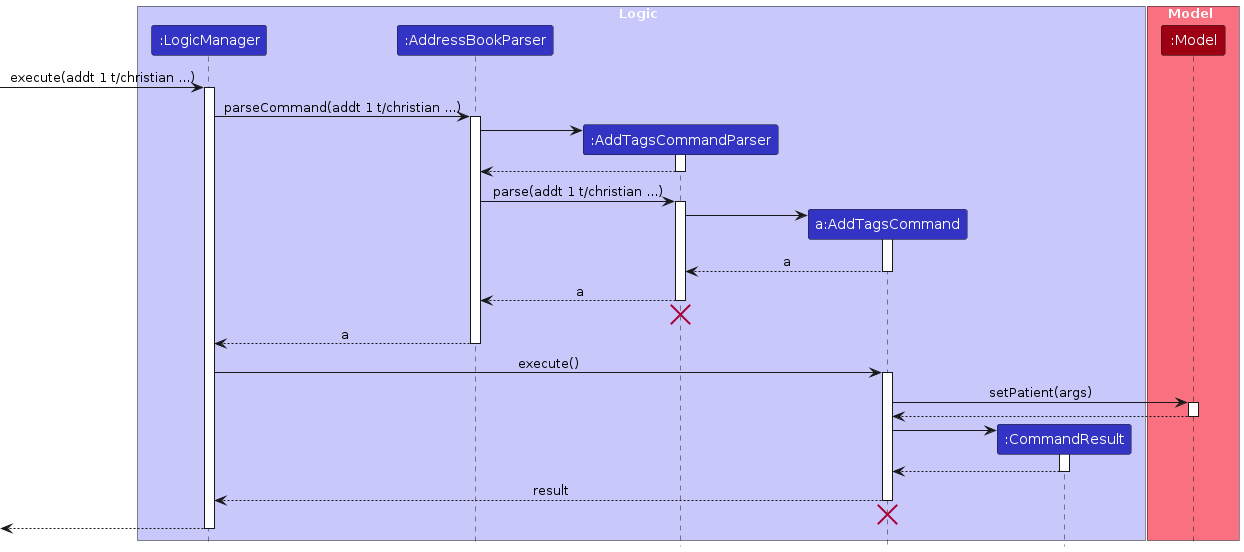
Above: diagrams/AddTagsSequenceDiagram.png in NeoHW/tp (PlantUML), before the change. Its source is kept beside it as diagrams/AddTagsSequenceDiagram.puml. The source it was exported from:
```plantuml
@startuml
!include style.puml
skinparam ArrowFontStyle plain

box Logic LOGIC_COLOR_T1
participant ":LogicManager" as LogicManager LOGIC_COLOR
participant ":AddressBookParser" as AddressBookParser LOGIC_COLOR
participant ":AddTagsCommandParser" as AddTagsCommandParser LOGIC_COLOR
participant "a:AddTagsCommand" as AddTagsCommand LOGIC_COLOR
participant ":CommandResult" as CommandResult LOGIC_COLOR
end box

box Model MODEL_COLOR_T1
participant ":Model" as Model MODEL_COLOR
end box

[-> LogicManager : execute(addt 1 t/christian ...)
activate LogicManager

LogicManager -> AddressBookParser : parseCommand(addt 1 t/christian ...)
activate AddressBookParser

create AddTagsCommandParser
AddressBookParser -> AddTagsCommandParser
activate AddTagsCommandParser

AddTagsCommandParser --> AddressBookParser
deactivate AddTagsCommandParser

AddressBookParser -> AddTagsCommandParser : parse(addt 1 t/christian ...)
activate AddTagsCommandParser

Create AddTagsCommand
AddTagsCommandParser -> AddTagsCommand
activate AddTagsCommand

AddTagsCommand --> AddTagsCommandParser : a
deactivate AddTagsCommand

AddTagsCommandParser --> AddressBookParser : a
deactivate AddTagsCommandParser
AddTagsCommandParser -[hidden]-> AddressBookParser
destroy AddTagsCommandParser

AddressBookParser --> LogicManager : a
deactivate AddressBookParser

LogicManager -> AddTagsCommand : execute()
activate AddTagsCommand

AddTagsCommand -> Model : setPatient(args)
activate Model

Model --> AddTagsCommand
deactivate Model

create CommandResult
AddTagsCommand -> CommandResult
activate CommandResult

CommandResult --> AddTagsCommand
deactivate CommandResult

AddTagsCommand --> LogicManager : result
deactivate AddTagsCommand

AddTagsCommand -[hidden]-> AddressBookParser
destroy AddTagsCommand

[<--LogicManager
deactivate LogicManager

@enduml
```
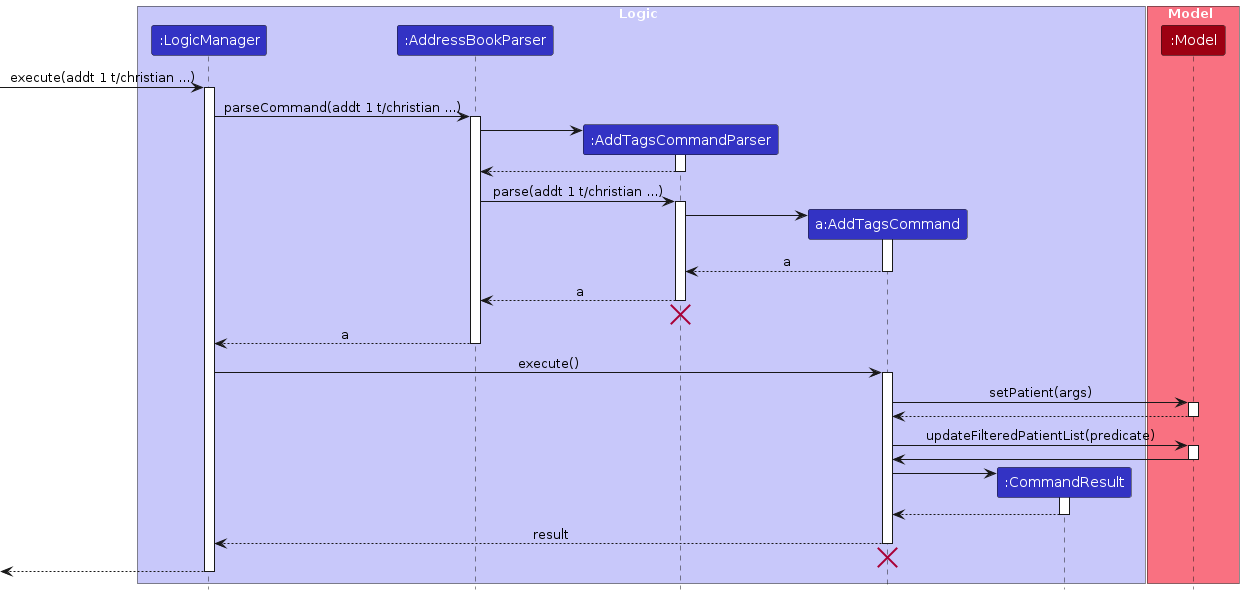
The same file after the commit.

Diff of the diagram source:
```diff
@@ -54,6 +54,12 @@
 Model --> AddTagsCommand
 deactivate Model
 
+AddTagsCommand -> Model : updateFilteredPatientList(predicate)
+activate Model
+
+Model -> AddTagsCommand
+deactivate Model
+
 create CommandResult
 AddTagsCommand -> CommandResult
 activate CommandResult
```
